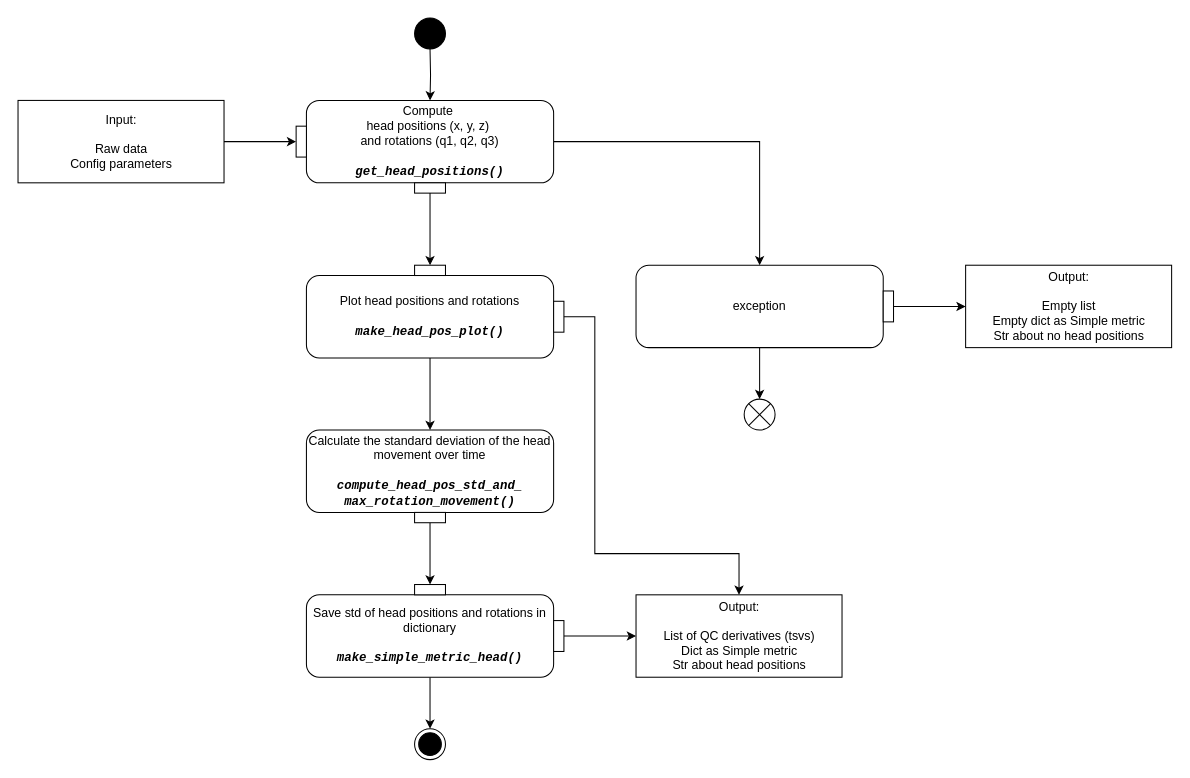
oldgandalf/MEGqcJorge keeps this draw.io diagram as docs/diagrams/_Head_UML2.5.drawio. Above is the earlier version. Source tidied: cells renumbered, new cells numbered last; positions are measured from the earlier drawing's top-left corner, leaving out a move shared by most shapes. Both pictures are drawn from the tidied source at 103%, with x=0, y=0 at pixel (18, 18).
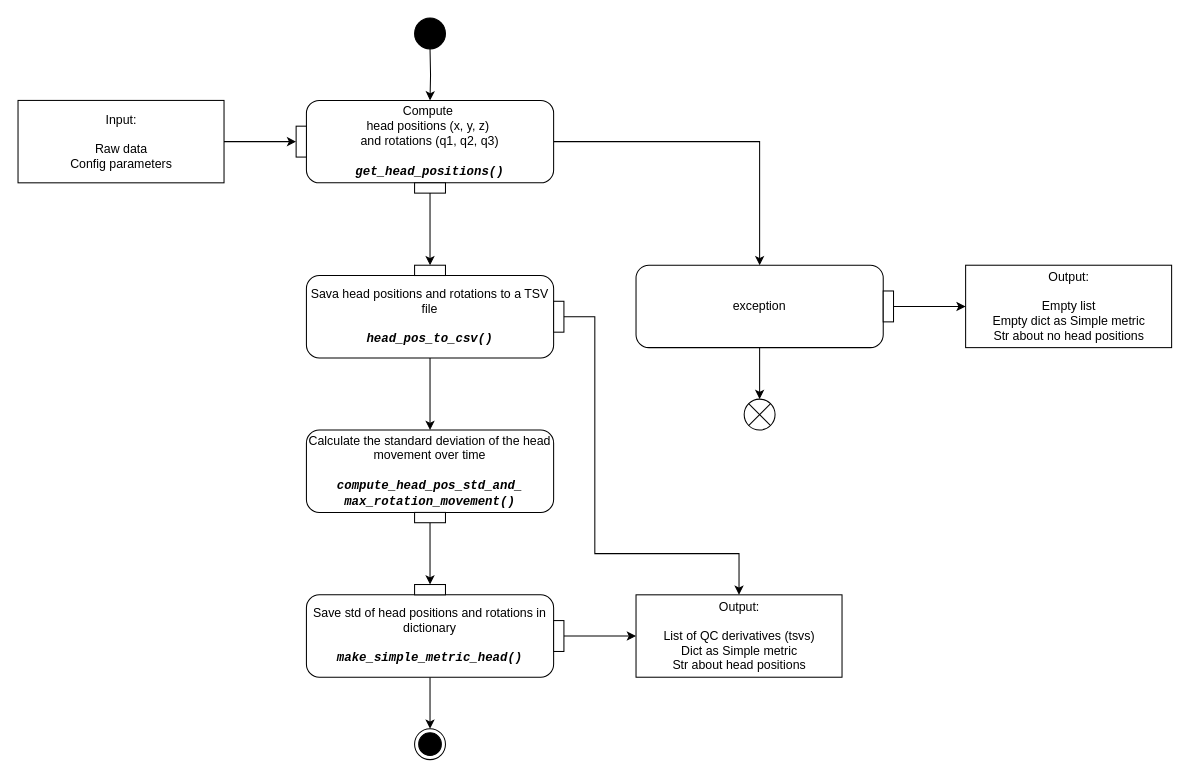
The same diagram, later.

Unchanged cells that the change refers to:
```xml
<mxCell id="28" style="group;flipH=1;" parent="1" vertex="1">
  <mxGeometry x="280" y="240" width="250" height="90" as="geometry" />
</mxCell>
```

What changed in the source:
```diff
@@
-    <mxCell id="29" value="&lt;div style=&quot;border-color: var(--border-color);&quot;&gt;Plot head positions and rotations&lt;/div&gt;&lt;br style=&quot;border-color: var(--border-color);&quot;&gt;&lt;font style=&quot;border-color: var(--border-color);&quot; face=&quot;Courier New&quot;&gt;&lt;b style=&quot;border-color: var(--border-color);&quot;&gt;&lt;i style=&quot;border-color: var(--border-color);&quot;&gt;make_head_pos_plot()&lt;/i&gt;&lt;/b&gt;&lt;/font&gt;" style="html=1;align=center;verticalAlign=middle;rounded=1;absoluteArcSize=1;arcSize=25;dashed=0;fontFamily=Helvetica;fontSize=12;whiteSpace=wrap;noLabel=0;imageAlign=center;" parent="28" vertex="1">
+    <mxCell id="29" value="&lt;div style=&quot;border-color: var(--border-color);&quot;&gt;Sava head positions and rotations to a TSV file&lt;/div&gt;&lt;br style=&quot;border-color: var(--border-color);&quot;&gt;&lt;font style=&quot;border-color: var(--border-color);&quot; face=&quot;Courier New&quot;&gt;&lt;b style=&quot;border-color: var(--border-color);&quot;&gt;&lt;i style=&quot;border-color: var(--border-color);&quot;&gt;head_pos_to_csv()&lt;/i&gt;&lt;/b&gt;&lt;/font&gt;" style="html=1;align=center;verticalAlign=middle;rounded=1;absoluteArcSize=1;arcSize=25;dashed=0;fontFamily=Helvetica;fontSize=12;whiteSpace=wrap;noLabel=0;imageAlign=center;" parent="28" vertex="1">
       <mxGeometry y="10" width="240" height="80" as="geometry" />
     </mxCell>
```
